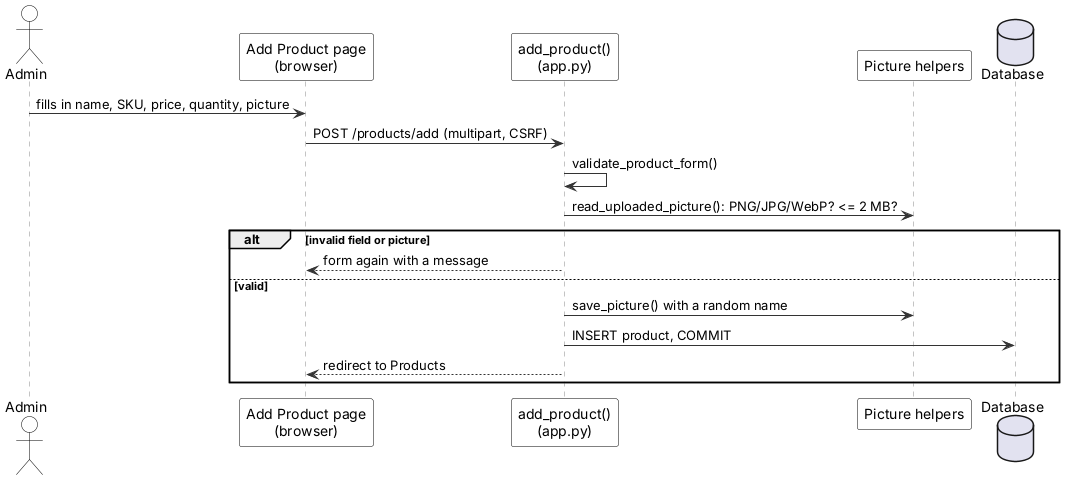
Before: diagrams/uml/17_seq_add_product.png, a diagram exported from PlantUML (JmlAsync/inventory-pos-system). The source it was exported from:
```plantuml
@startuml
skinparam defaultFontName Arial
skinparam shadowing false
skinparam ArrowColor #333333
skinparam rectangle {
  BackgroundColor White
  BorderColor Black
}
skinparam usecase {
  BackgroundColor White
  BorderColor Black
}
skinparam class {
  BackgroundColor White
  BorderColor Black
  HeaderBackgroundColor #E6F1EE
}
skinparam activity {
  BackgroundColor White
  BorderColor Black
}
skinparam state {
  BackgroundColor White
  BorderColor Black
}
skinparam sequence {
  ParticipantBackgroundColor White
  ParticipantBorderColor Black
  LifeLineBorderColor #888888
  ActorBorderColor Black
  ActorBackgroundColor White
}
skinparam note {
  BackgroundColor #FFFBEA
  BorderColor #C9B458
}
skinparam swimlaneWidth same
hide circle

actor Admin
participant "Add Product page\n(browser)" as UI
participant "add_product()\n(app.py)" as C
participant "Picture helpers" as P
database "Database" as DB
Admin -> UI : fills in name, SKU, price, quantity, picture
UI -> C : POST /products/add (multipart, CSRF)
C -> C : validate_product_form()
C -> P : read_uploaded_picture(): PNG/JPG/WebP? <= 2 MB?
alt invalid field or picture
  C --> UI : form again with a message
else valid
  C -> P : save_picture() with a random name
  C -> DB : INSERT product, COMMIT
  C --> UI : redirect to Products
end
@enduml
```
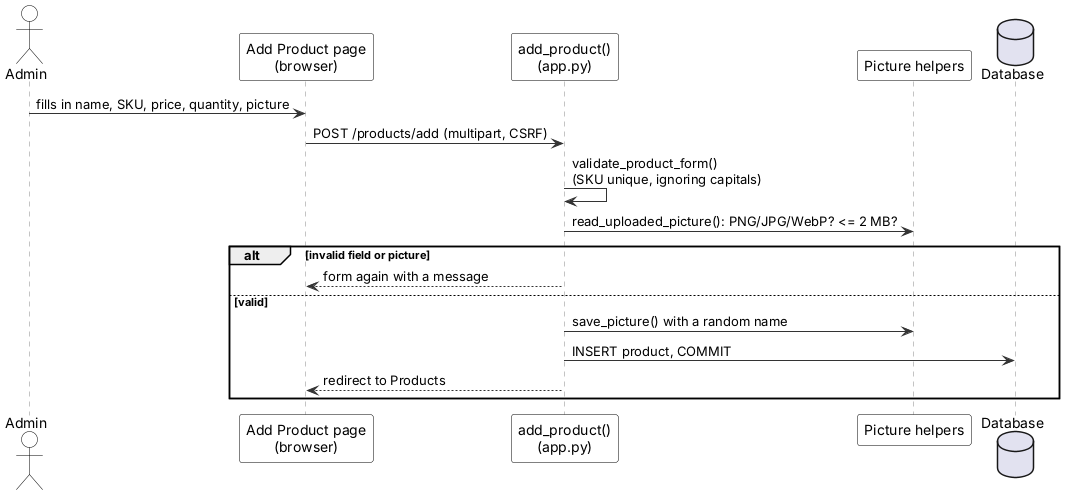
The same file after the commit.

What changed in the source:
```diff
@@ -44,7 +44,7 @@
 database "Database" as DB
 Admin -> UI : fills in name, SKU, price, quantity, picture
 UI -> C : POST /products/add (multipart, CSRF)
-C -> C : validate_product_form()
+C -> C : validate_product_form()\n(SKU unique, ignoring capitals)
 C -> P : read_uploaded_picture(): PNG/JPG/WebP? <= 2 MB?
 alt invalid field or picture
   C --> UI : form again with a message
```
